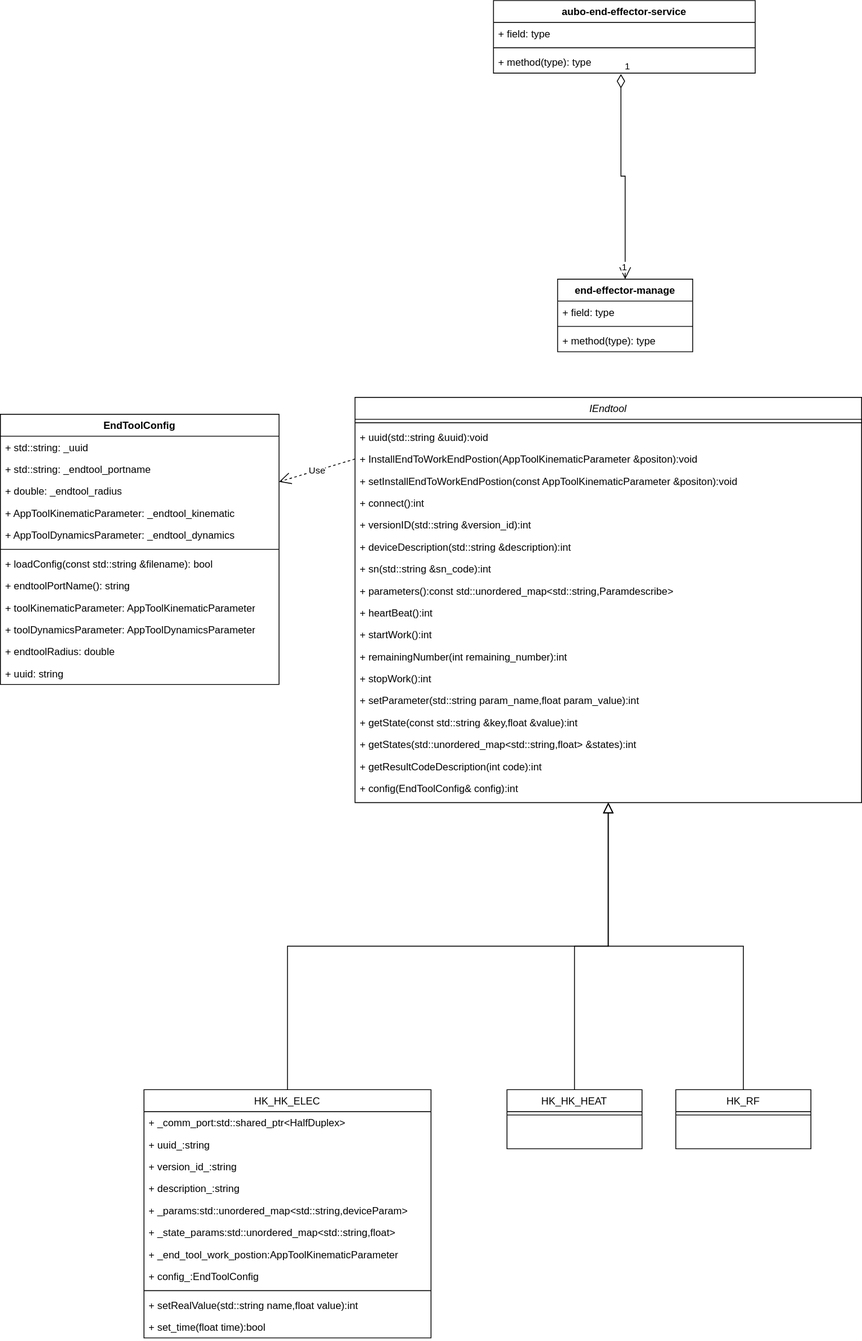
Earlier version of the draw.io export 理疗/理疗末端rpc服务.svg (Durpe/Drawio). Source tidied: cells renumbered, new cells last; positions are measured from the earlier drawing's top-left corner, leaving out a move shared by most shapes.
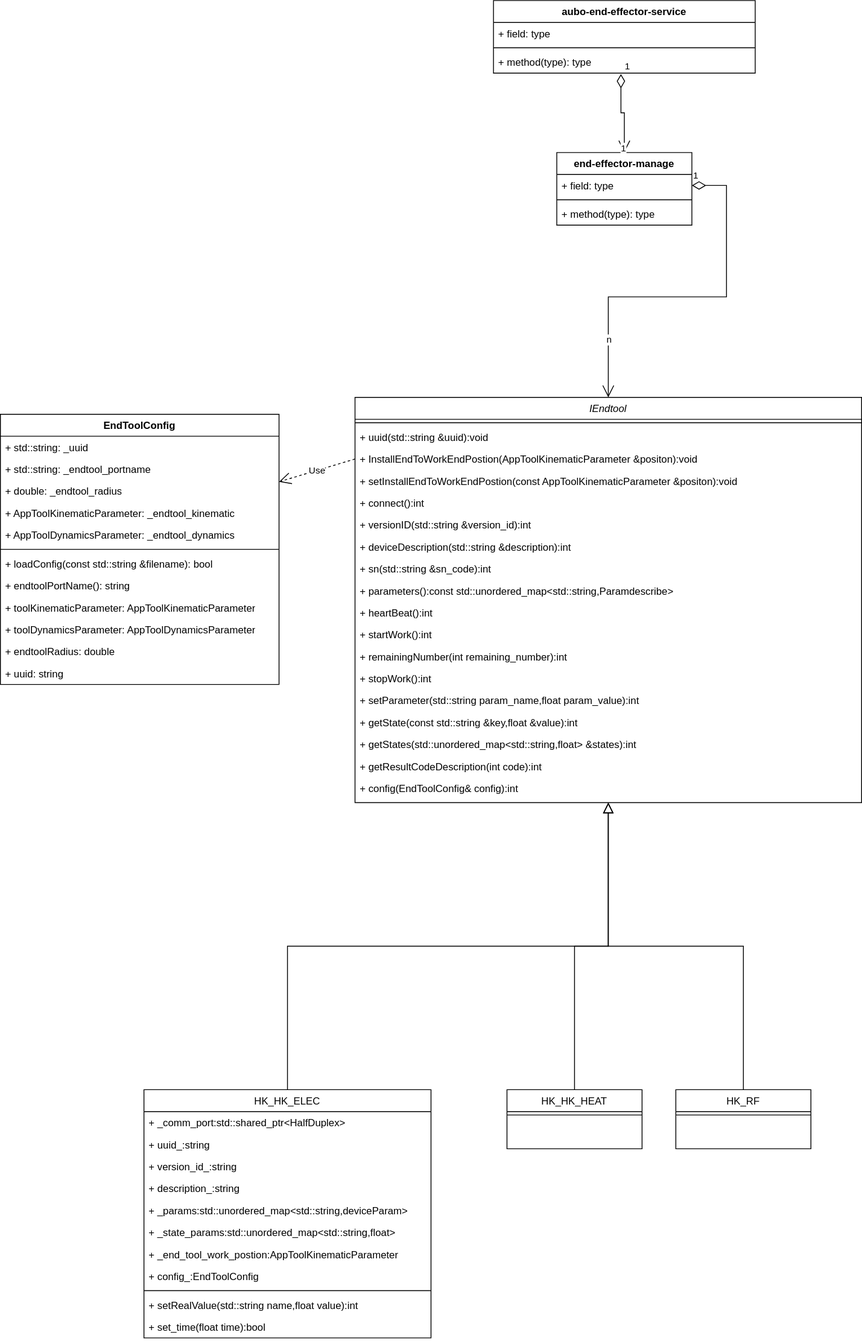
After the commit.

Commit message:
更新理疗末端rpc服务.svg

The edit, as a diff of the source:
```diff
@@ -163,7 +163,7 @@
       <mxGeometry y="294" width="330" height="26" as="geometry" />
     </mxCell>
     <mxCell id="54" value="end-effector-manage" style="swimlane;fontStyle=1;align=center;verticalAlign=top;horizontal=1;startSize=26;whiteSpace=wrap;html=1;" parent="1" vertex="1">
-      <mxGeometry x="660" y="330" width="160" height="86" as="geometry" />
+      <mxGeometry x="659" y="180" width="160" height="86" as="geometry" />
     </mxCell>
     <mxCell id="55" value="+ field: type" style="text;strokeColor=none;fillColor=none;align=left;verticalAlign=top;spacingLeft=4;spacingRight=4;overflow=hidden;points=[[0,0.5],[1,0.5]];portConstraint=eastwest;whiteSpace=wrap;html=1;" parent="54" vertex="1">
       <mxGeometry y="26" width="160" height="26" as="geometry" />
@@ -192,5 +192,17 @@
     <mxCell id="63" value="1" style="edgeLabel;html=1;align=center;verticalAlign=middle;" parent="62" vertex="1">
       <mxGeometry x="0.89" y="-2" relative="1" as="geometry" />
     </mxCell>
+    <mxCell id="64" value="1" style="endArrow=open;html=1;endSize=12;startArrow=diamondThin;startSize=14;startFill=0;edgeStyle=orthogonalEdgeStyle;align=left;verticalAlign=bottom;rounded=0;entryX=0.5;entryY=0;entryDx=0;entryDy=0;exitX=1;exitY=0.5;exitDx=0;exitDy=0;" parent="1" edge="1" source="55" target="2">
+      <mxGeometry x="-1" y="3" relative="1" as="geometry">
+        <Array as="points">
+          <mxPoint x="860" y="219" />
+          <mxPoint x="860" y="351" />
+          <mxPoint x="720" y="351" />
+        </Array>
+      </mxGeometry>
+    </mxCell>
+    <mxCell id="65" value="n" style="edgeLabel;html=1;align=center;verticalAlign=middle;" parent="64" vertex="1">
+      <mxGeometry x="0.68" relative="1" as="geometry" />
+    </mxCell>
   </root>
 </mxGraphModel>
```
